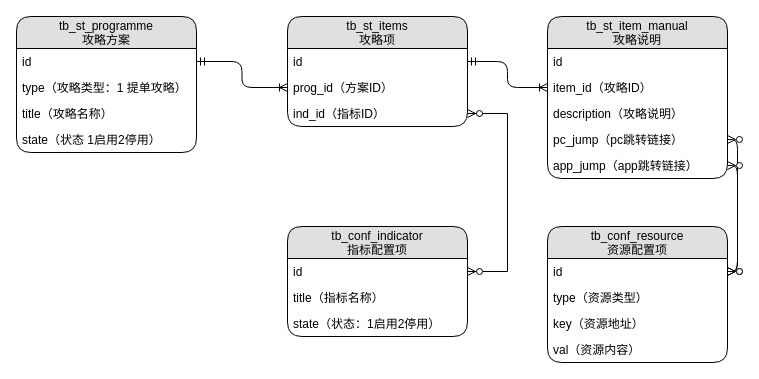
Before: page "ER图" (1 of 2) of 提单攻略.drawio in jon-kong/draw.io, a draw.io diagram. Source tidied: cells renumbered, new cells numbered last; positions are measured from the earlier drawing's top-left corner, leaving out a move shared by most shapes. Both pictures are drawn from the tidied source at 100%, with x=0, y=0 at pixel (16, 16).
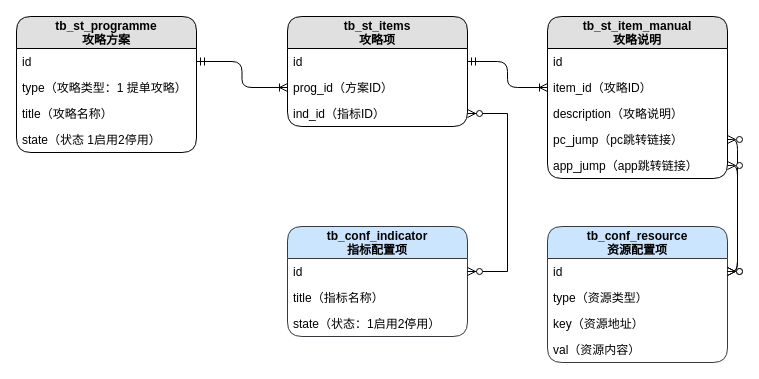
Above is the later version.

The edit, as a diff of the source:
```diff
@@
-    <mxCell id="2" value="tb_st_programme&#10;攻略方案" style="swimlane;fontStyle=0;horizontal=1;startSize=32;fillColor=#e0e0e0;swimlaneFillColor=#ffffff;align=center;fontSize=12;rounded=1;" parent="1" vertex="1">
+    <mxCell id="2" value="tb_st_programme&#10;攻略方案" style="swimlane;fontStyle=1;horizontal=1;startSize=32;fillColor=#e0e0e0;swimlaneFillColor=#ffffff;align=center;fontSize=12;rounded=1;" parent="1" vertex="1">
       <mxGeometry width="180" height="136" as="geometry" />
     </mxCell>
@@
-    <mxCell id="7" value="tb_st_items&#10;攻略项" style="swimlane;fontStyle=0;horizontal=1;startSize=32;fillColor=#e0e0e0;swimlaneFillColor=#ffffff;align=center;fontSize=12;rounded=1;" parent="1" vertex="1">
+    <mxCell id="7" value="tb_st_items&#10;攻略项" style="swimlane;fontStyle=1;horizontal=1;startSize=32;fillColor=#e0e0e0;swimlaneFillColor=#ffffff;align=center;fontSize=12;rounded=1;" parent="1" vertex="1">
       <mxGeometry x="271" width="180" height="110" as="geometry" />
     </mxCell>
@@
-    <mxCell id="11" value="tb_st_item_manual&#10;攻略说明" style="swimlane;fontStyle=0;horizontal=1;startSize=32;fillColor=#e0e0e0;swimlaneFillColor=#ffffff;align=center;fontSize=12;rounded=1;" parent="1" vertex="1">
+    <mxCell id="11" value="tb_st_item_manual&#10;攻略说明" style="swimlane;fontStyle=1;horizontal=1;startSize=32;fillColor=#e0e0e0;swimlaneFillColor=#ffffff;align=center;fontSize=12;rounded=1;" parent="1" vertex="1">
       <mxGeometry x="531" width="180" height="162" as="geometry" />
     </mxCell>
@@
-    <mxCell id="17" value="tb_conf_indicator&#10;指标配置项" style="swimlane;fontStyle=0;horizontal=1;startSize=32;fillColor=#e0e0e0;swimlaneFillColor=#ffffff;align=center;fontSize=12;rounded=1;" parent="1" vertex="1">
+    <mxCell id="17" value="tb_conf_indicator&#10;指标配置项" style="swimlane;fontStyle=1;horizontal=1;startSize=32;fillColor=#cce5ff;swimlaneFillColor=#ffffff;align=center;fontSize=12;rounded=1;strokeColor=#36393d;" parent="1" vertex="1">
       <mxGeometry x="271" y="210" width="180" height="110" as="geometry" />
     </mxCell>
@@
-    <mxCell id="21" value="tb_conf_resource&#10;资源配置项" style="swimlane;fontStyle=0;horizontal=1;startSize=32;fillColor=#e0e0e0;swimlaneFillColor=#ffffff;align=center;fontSize=12;rounded=1;" parent="1" vertex="1">
+    <mxCell id="21" value="tb_conf_resource&#10;资源配置项" style="swimlane;fontStyle=1;horizontal=1;startSize=32;fillColor=#cce5ff;swimlaneFillColor=#ffffff;align=center;fontSize=12;rounded=1;strokeColor=#36393d;" parent="1" vertex="1">
       <mxGeometry x="531" y="210" width="180" height="136" as="geometry" />
     </mxCell>
```
